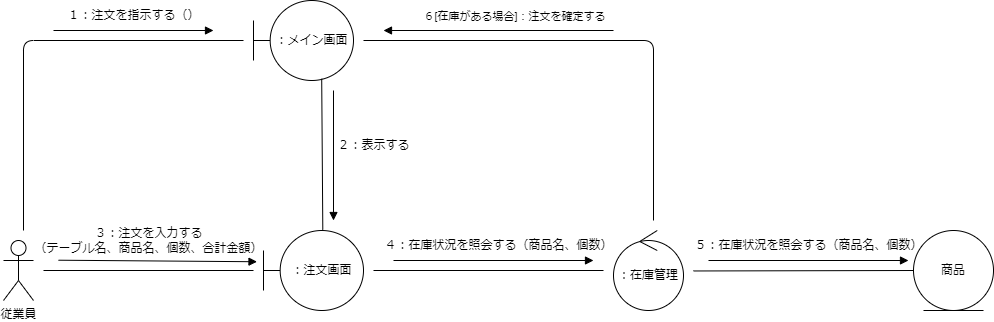
The draw.io diagram psp4/コミュニケーション図/コミュニケーション図_オーダー.drawio.png in MasakiHiguchi/---, before a commit. Source tidied: cells renumbered, new cells last; positions are measured from the earlier drawing's top-left corner, leaving out a move shared by most shapes.
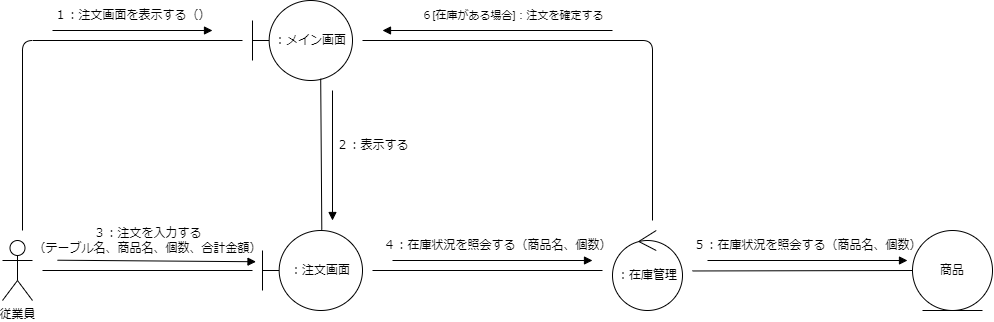
Above is the later version.

Diff of the diagram source:
```diff
@@ -34,8 +34,8 @@
     <mxCell id="8" value="商品" style="ellipse;shape=umlEntity;whiteSpace=wrap;html=1;" parent="1" vertex="1">
       <mxGeometry x="910" y="230" width="80" height="80" as="geometry" />
     </mxCell>
-    <mxCell id="9" value="１：注文を指示する（）" style="text;html=1;align=center;verticalAlign=middle;strokeColor=none;fillColor=none;" parent="1" vertex="1">
-      <mxGeometry x="50" width="160" height="30" as="geometry" />
+    <mxCell id="9" value="１：注文画面を表示する（）" style="text;html=1;align=center;verticalAlign=middle;strokeColor=none;fillColor=none;" parent="1" vertex="1">
+      <mxGeometry x="40" width="180" height="30" as="geometry" />
     </mxCell>
     <mxCell id="10" value="：注文画面" style="shape=umlBoundary;whiteSpace=wrap;html=1;" parent="1" vertex="1">
       <mxGeometry x="260" y="230" width="100" height="80" as="geometry" />
```
